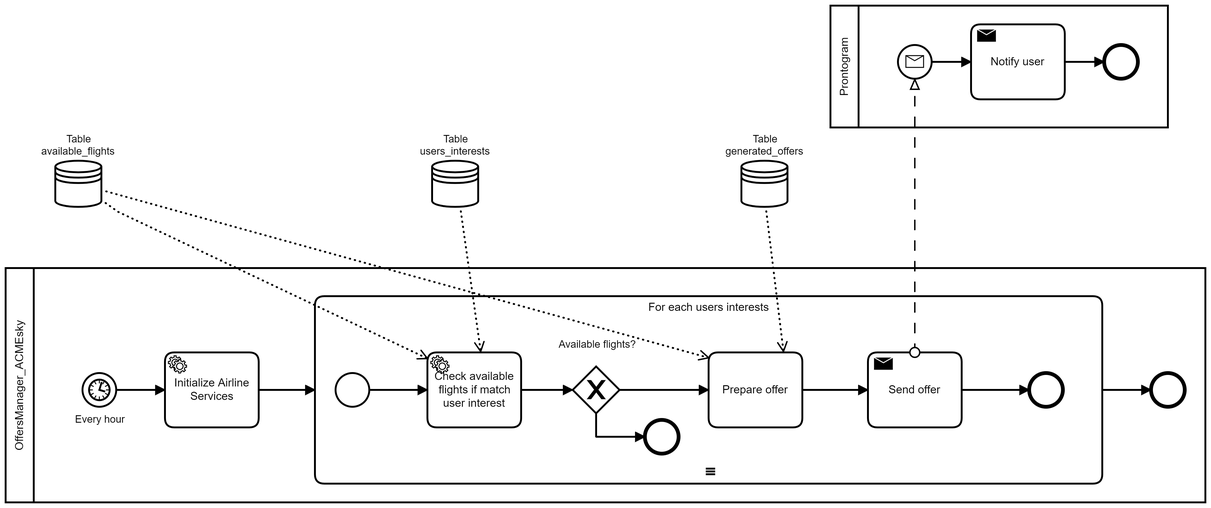
Vallasc/ACMEsky keeps this BPMN diagram as docs/bpmn/img/Flights-InterestMatching.png. Above is the earlier version. Its source is kept beside it as docs/bpmn/diagrams/Flights-InterestMatching.bpmn. Ids are renumbered.
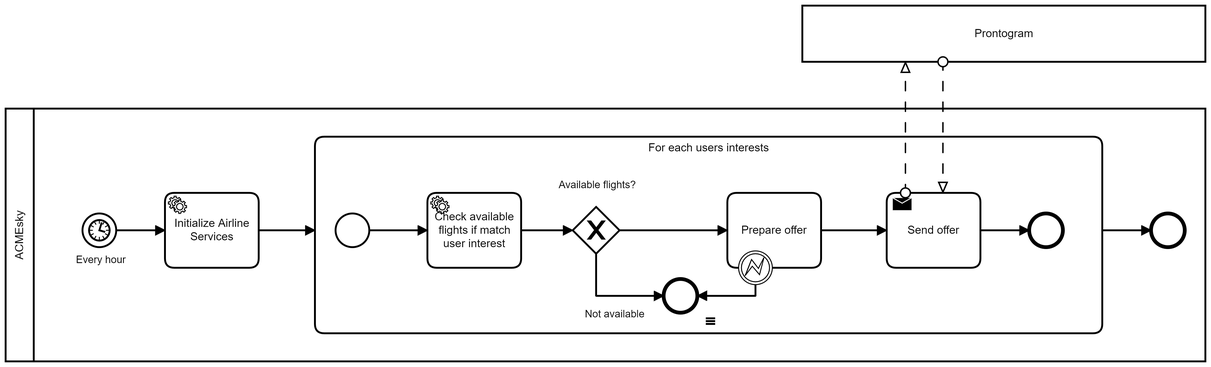
The same diagram one commit later.

The edit, as a diff of the source:
```diff
@@ -1,8 +1,9 @@
 <bpmn:definitions xmlns:bpmn="http://www.omg.org/spec/BPMN/20100524/MODEL" xmlns:bpmndi="http://www.omg.org/spec/BPMN/20100524/DI" xmlns:dc="http://www.omg.org/spec/DD/20100524/DC" xmlns:di="http://www.omg.org/spec/DD/20100524/DI" xmlns:camunda="http://camunda.org/schema/1.0/bpmn" xmlns:xsi="http://www.w3.org/2001/XMLSchema-instance" id="Definitions_n1" targetNamespace="http://bpmn.io/schema/bpmn" exporter="Camunda Modeler" exporterVersion="4.3.0">
   <bpmn:collaboration id="Collaboration_n2">
-    <bpmn:participant id="Participant_n3" name="OffersManager_ACMEsky" processRef="Process_n4" />
-    <bpmn:participant id="Participant_n5" name="Prontogram" processRef="Process_n6" />
-    <bpmn:messageFlow id="Flow_n7" sourceRef="Activity_n8" targetRef="Event_n9" />
+    <bpmn:participant id="Participant_n3" name="ACMEsky" processRef="Process_n4" />
+    <bpmn:participant id="Participant_n5" name="Prontogram" />
+    <bpmn:messageFlow id="Flow_n44" sourceRef="Activity_n8" targetRef="Participant_n5" />
+    <bpmn:messageFlow id="Flow_n45" sourceRef="Participant_n5" targetRef="Activity_n8" />
   </bpmn:collaboration>
   <bpmn:process id="Process_n4" isExecutable="true">
     <bpmn:serviceTask id="Activity_n10" name="Initialize Airline Services" camunda:delegateExpression="#{initializeFlightInterestServiceDelegate}">
@@ -16,8 +17,6 @@
     <bpmn:endEvent id="Event_n15">
       <bpmn:incoming>Flow_n16</bpmn:incoming>
     </bpmn:endEvent>
-    <bpmn:dataStoreReference id="DataStoreReference_n17" name="Table generated_offers" />
-    <bpmn:dataStoreReference id="DataStoreReference_n18" name="Table users_interests" />
     <bpmn:subProcess id="Activity_n19" name="For each users interests">
       <bpmn:incoming>Flow_n12</bpmn:incoming>
       <bpmn:outgoing>Flow_n16</bpmn:outgoing>
@@ -28,15 +27,6 @@
       <bpmn:serviceTask id="Activity_n22" name="Check available flights if match user interest">
         <bpmn:incoming>Flow_n21</bpmn:incoming>
         <bpmn:outgoing>Flow_n23</bpmn:outgoing>
-        <bpmn:property id="Property_n24" name="__targetRef_placeholder" />
-        <bpmn:dataInputAssociation id="DataInputAssociation_n25">
-          <bpmn:sourceRef>DataStoreReference_n26</bpmn:sourceRef>
-          <bpmn:targetRef>Property_n24</bpmn:targetRef>
-        </bpmn:dataInputAssociation>
-        <bpmn:dataInputAssociation id="DataInputAssociation_n27">
-          <bpmn:sourceRef>DataStoreReference_n18</bpmn:sourceRef>
-          <bpmn:targetRef>Property_n24</bpmn:targetRef>
-        </bpmn:dataInputAssociation>
       </bpmn:serviceTask>
       <bpmn:exclusiveGateway id="Gateway_n28" name="Available flights?">
         <bpmn:incoming>Flow_n23</bpmn:incoming>
@@ -45,6 +35,7 @@
       </bpmn:exclusiveGateway>
       <bpmn:endEvent id="Event_n31">
         <bpmn:incoming>Flow_n30</bpmn:incoming>
+        <bpmn:incoming>Flow_n46</bpmn:incoming>
       </bpmn:endEvent>
       <bpmn:sendTask id="Activity_n8" name="Send offer">
         <bpmn:incoming>Flow_n32</bpmn:incoming>
@@ -56,15 +47,6 @@
       <bpmn:task id="Activity_n35" name="Prepare offer">
         <bpmn:incoming>Flow_n29</bpmn:incoming>
         <bpmn:outgoing>Flow_n32</bpmn:outgoing>
-        <bpmn:property id="Property_n36" name="__targetRef_placeholder" />
-        <bpmn:dataInputAssociation id="DataInputAssociation_n37">
-          <bpmn:sourceRef>DataStoreReference_n17</bpmn:sourceRef>
-          <bpmn:targetRef>Property_n36</bpmn:targetRef>
-        </bpmn:dataInputAssociation>
-        <bpmn:dataInputAssociation id="DataInputAssociation_n38">
-          <bpmn:sourceRef>DataStoreReference_n26</bpmn:sourceRef>
-          <bpmn:targetRef>Property_n36</bpmn:targetRef>
-        </bpmn:dataInputAssociation>
       </bpmn:task>
       <bpmn:sequenceFlow id="Flow_n32" sourceRef="Activity_n35" targetRef="Activity_n8" />
       <bpmn:sequenceFlow id="Flow_n29" sourceRef="Gateway_n28" targetRef="Activity_n35">
@@ -72,170 +54,122 @@
       </bpmn:sequenceFlow>
       <bpmn:sequenceFlow id="Flow_n33" sourceRef="Activity_n8" targetRef="Event_n34" />
       <bpmn:sequenceFlow id="Flow_n21" sourceRef="Event_n20" targetRef="Activity_n22" />
-      <bpmn:sequenceFlow id="Flow_n30" sourceRef="Gateway_n28" targetRef="Event_n31">
+      <bpmn:sequenceFlow id="Flow_n30" name="Not available" sourceRef="Gateway_n28" targetRef="Event_n31">
         <bpmn:conditionExpression xsi:type="bpmn:tFormalExpression">#{volitrovati.size() == 0}</bpmn:conditionExpression>
       </bpmn:sequenceFlow>
       <bpmn:sequenceFlow id="Flow_n23" sourceRef="Activity_n22" targetRef="Gateway_n28" />
+      <bpmn:boundaryEvent id="Event_n47" attachedToRef="Activity_n35">
+        <bpmn:outgoing>Flow_n46</bpmn:outgoing>
+        <bpmn:errorEventDefinition id="ErrorEventDefinition_n48" />
+      </bpmn:boundaryEvent>
+      <bpmn:sequenceFlow id="Flow_n46" sourceRef="Event_n47" targetRef="Event_n31" />
     </bpmn:subProcess>
+    <bpmn:sequenceFlow id="Flow_n11" sourceRef="Event_n13" targetRef="Activity_n10" />
+    <bpmn:sequenceFlow id="Flow_n12" sourceRef="Activity_n10" targetRef="Activity_n19" />
     <bpmn:sequenceFlow id="Flow_n16" sourceRef="Activity_n19" targetRef="Event_n15" />
-    <bpmn:sequenceFlow id="Flow_n12" sourceRef="Activity_n10" targetRef="Activity_n19" />
-    <bpmn:sequenceFlow id="Flow_n11" sourceRef="Event_n13" targetRef="Activity_n10" />
-    <bpmn:dataStoreReference id="DataStoreReference_n26" name="Table available_flights" />
-  </bpmn:process>
-  <bpmn:process id="Process_n6" isExecutable="false">
-    <bpmn:startEvent id="Event_n9">
-      <bpmn:outgoing>Flow_n39</bpmn:outgoing>
-      <bpmn:messageEventDefinition id="MessageEventDefinition_n40" />
-    </bpmn:startEvent>
-    <bpmn:endEvent id="Event_n41">
-      <bpmn:incoming>Flow_n42</bpmn:incoming>
-    </bpmn:endEvent>
-    <bpmn:sendTask id="Activity_n43" name="Notify user">
-      <bpmn:incoming>Flow_n39</bpmn:incoming>
-      <bpmn:outgoing>Flow_n42</bpmn:outgoing>
-    </bpmn:sendTask>
-    <bpmn:sequenceFlow id="Flow_n39" sourceRef="Event_n9" targetRef="Activity_n43" />
-    <bpmn:sequenceFlow id="Flow_n42" sourceRef="Activity_n43" targetRef="Event_n41" />
   </bpmn:process>
   <bpmndi:BPMNDiagram id="BPMNDiagram_1">
     <bpmndi:BPMNPlane id="BPMNPlane_1" bpmnElement="Collaboration_n2">
       <bpmndi:BPMNShape id="Participant_n3_di" bpmnElement="Participant_n3" isHorizontal="true">
-        <dc:Bounds x="160" y="390" width="1280" height="250" />
+        <dc:Bounds x="160" y="190" width="1280" height="270" />
       </bpmndi:BPMNShape>
       <bpmndi:BPMNEdge id="Flow_n11_di" bpmnElement="Flow_n11">
-        <di:waypoint x="278" y="520" />
-        <di:waypoint x="330" y="520" />
+        <di:waypoint x="278" y="320" />
+        <di:waypoint x="330" y="320" />
       </bpmndi:BPMNEdge>
       <bpmndi:BPMNEdge id="Flow_n12_di" bpmnElement="Flow_n12">
-        <di:waypoint x="430" y="520" />
-        <di:waypoint x="490" y="520" />
+        <di:waypoint x="430" y="320" />
+        <di:waypoint x="490" y="320" />
       </bpmndi:BPMNEdge>
       <bpmndi:BPMNEdge id="Flow_n16_di" bpmnElement="Flow_n16">
-        <di:waypoint x="1330" y="520" />
-        <di:waypoint x="1382" y="520" />
+        <di:waypoint x="1330" y="320" />
+        <di:waypoint x="1382" y="320" />
       </bpmndi:BPMNEdge>
       <bpmndi:BPMNShape id="Activity_n10_di" bpmnElement="Activity_n10">
-        <dc:Bounds x="330" y="480" width="100" height="80" />
+        <dc:Bounds x="330" y="280" width="100" height="80" />
       </bpmndi:BPMNShape>
       <bpmndi:BPMNShape id="Event_n13_di" bpmnElement="Event_n13">
-        <dc:Bounds x="242" y="502" width="36" height="36" />
+        <dc:Bounds x="242" y="302" width="36" height="36" />
         <bpmndi:BPMNLabel>
-          <dc:Bounds x="234" y="545" width="55" height="14" />
+          <dc:Bounds x="235" y="345" width="54" height="14" />
         </bpmndi:BPMNLabel>
       </bpmndi:BPMNShape>
       <bpmndi:BPMNShape id="Event_n15_di" bpmnElement="Event_n15">
-        <dc:Bounds x="1382" y="502" width="36" height="36" />
+        <dc:Bounds x="1382" y="302" width="36" height="36" />
       </bpmndi:BPMNShape>
       <bpmndi:BPMNShape id="Activity_n19_di" bpmnElement="Activity_n19" isExpanded="true">
-        <dc:Bounds x="490" y="420" width="840" height="200" />
+        <dc:Bounds x="490" y="220" width="840" height="210" />
       </bpmndi:BPMNShape>
       <bpmndi:BPMNEdge id="Flow_n23_di" bpmnElement="Flow_n23">
-        <di:waypoint x="710" y="520" />
-        <di:waypoint x="765" y="520" />
+        <di:waypoint x="710" y="320" />
+        <di:waypoint x="765" y="320" />
       </bpmndi:BPMNEdge>
       <bpmndi:BPMNEdge id="Flow_n30_di" bpmnElement="Flow_n30">
-        <di:waypoint x="790" y="545" />
-        <di:waypoint x="790" y="570" />
-        <di:waypoint x="842" y="570" />
+        <di:waypoint x="790" y="345" />
+        <di:waypoint x="790" y="390" />
+        <di:waypoint x="862" y="390" />
+        <bpmndi:BPMNLabel>
+          <dc:Bounds x="778" y="403" width="64" height="14" />
+        </bpmndi:BPMNLabel>
       </bpmndi:BPMNEdge>
       <bpmndi:BPMNEdge id="Flow_n21_di" bpmnElement="Flow_n21">
-        <di:waypoint x="548" y="520" />
-        <di:waypoint x="610" y="520" />
+        <di:waypoint x="548" y="320" />
+        <di:waypoint x="610" y="320" />
       </bpmndi:BPMNEdge>
       <bpmndi:BPMNEdge id="Flow_n33_di" bpmnElement="Flow_n33">
-        <di:waypoint x="1180" y="520" />
-        <di:waypoint x="1252" y="520" />
+        <di:waypoint x="1200" y="320" />
+        <di:waypoint x="1252" y="320" />
       </bpmndi:BPMNEdge>
       <bpmndi:BPMNEdge id="Flow_n29_di" bpmnElement="Flow_n29">
-        <di:waypoint x="815" y="520" />
-        <di:waypoint x="910" y="520" />
+        <di:waypoint x="815" y="320" />
+        <di:waypoint x="930" y="320" />
+      </bpmndi:BPMNEdge>
+      <bpmndi:BPMNEdge id="Flow_n46_di" bpmnElement="Flow_n46">
+        <di:waypoint x="960" y="378" />
+        <di:waypoint x="960" y="390" />
+        <di:waypoint x="898" y="390" />
       </bpmndi:BPMNEdge>
       <bpmndi:BPMNEdge id="Flow_n32_di" bpmnElement="Flow_n32">
-        <di:waypoint x="1010" y="520" />
-        <di:waypoint x="1080" y="520" />
+        <di:waypoint x="1030" y="320" />
+        <di:waypoint x="1100" y="320" />
       </bpmndi:BPMNEdge>
       <bpmndi:BPMNShape id="Event_n20_di" bpmnElement="Event_n20">
-        <dc:Bounds x="512" y="502" width="36" height="36" />
+        <dc:Bounds x="512" y="302" width="36" height="36" />
       </bpmndi:BPMNShape>
       <bpmndi:BPMNShape id="Activity_n22_di" bpmnElement="Activity_n22">
-        <dc:Bounds x="610" y="480" width="100" height="80" />
+        <dc:Bounds x="610" y="280" width="100" height="80" />
       </bpmndi:BPMNShape>
       <bpmndi:BPMNShape id="Gateway_n28_di" bpmnElement="Gateway_n28" isMarkerVisible="true">
-        <dc:Bounds x="765" y="495" width="50" height="50" />
+        <dc:Bounds x="765" y="295" width="50" height="50" />
         <bpmndi:BPMNLabel>
-          <dc:Bounds x="750" y="465" width="82" height="14" />
+          <dc:Bounds x="750" y="265" width="82" height="14" />
         </bpmndi:BPMNLabel>
       </bpmndi:BPMNShape>
-      <bpmndi:BPMNShape id="Event_n31_di" bpmnElement="Event_n31">
-        <dc:Bounds x="842" y="552" width="36" height="36" />
+      <bpmndi:BPMNShape id="Activity_n8_di" bpmnElement="Activity_n8">
+        <dc:Bounds x="1100" y="280" width="100" height="80" />
       </bpmndi:BPMNShape>
-      <bpmndi:BPMNShape id="Activity_n8_di" bpmnElement="Activity_n8">
-        <dc:Bounds x="1080" y="480" width="100" height="80" />
+      <bpmndi:BPMNShape id="Activity_n35_di" bpmnElement="Activity_n35">
+        <dc:Bounds x="930" y="280" width="100" height="80" />
       </bpmndi:BPMNShape>
       <bpmndi:BPMNShape id="Event_n34_di" bpmnElement="Event_n34">
-        <dc:Bounds x="1252" y="502" width="36" height="36" />
+        <dc:Bounds x="1252" y="302" width="36" height="36" />
       </bpmndi:BPMNShape>
-      <bpmndi:BPMNShape id="Activity_n35_di" bpmnElement="Activity_n35">
-        <dc:Bounds x="910" y="480" width="100" height="80" />
+      <bpmndi:BPMNShape id="Event_n31_di" bpmnElement="Event_n31">
+        <dc:Bounds x="862" y="372" width="36" height="36" />
       </bpmndi:BPMNShape>
-      <bpmndi:BPMNShape id="Participant_n5_di" bpmnElement="Participant_n5" isHorizontal="true">
-        <dc:Bounds x="1040" y="110" width="360" height="130" />
+      <bpmndi:BPMNShape id="Event_0i9rq6f_di" bpmnElement="Event_n47">
+        <dc:Bounds x="942" y="342" width="36" height="36" />
       </bpmndi:BPMNShape>
-      <bpmndi:BPMNEdge id="Flow_n42_di" bpmnElement="Flow_n42">
-        <di:waypoint x="1290" y="170" />
-        <di:waypoint x="1332" y="170" />
+      <bpmndi:BPMNShape id="Participant_09ittk2_di" bpmnElement="Participant_n5" isHorizontal="true">
+        <dc:Bounds x="1010" y="80" width="430" height="60" />
+      </bpmndi:BPMNShape>
+      <bpmndi:BPMNEdge id="Flow_n45_di" bpmnElement="Flow_n45">
+        <di:waypoint x="1160" y="140" />
+        <di:waypoint x="1160" y="280" />
       </bpmndi:BPMNEdge>
-      <bpmndi:BPMNEdge id="Flow_n39_di" bpmnElement="Flow_n39">
-        <di:waypoint x="1148" y="170" />
-        <di:waypoint x="1190" y="170" />
-      </bpmndi:BPMNEdge>
-      <bpmndi:BPMNShape id="Event_n9_di" bpmnElement="Event_n9">
-        <dc:Bounds x="1112" y="152" width="36" height="36" />
-      </bpmndi:BPMNShape>
-      <bpmndi:BPMNShape id="Event_n41_di" bpmnElement="Event_n41">
-        <dc:Bounds x="1332" y="152" width="36" height="36" />
-      </bpmndi:BPMNShape>
-      <bpmndi:BPMNShape id="Activity_n43_di" bpmnElement="Activity_n43">
-        <dc:Bounds x="1190" y="130" width="100" height="80" />
-      </bpmndi:BPMNShape>
-      <bpmndi:BPMNShape id="DataStoreReference_n26_di" bpmnElement="DataStoreReference_n26">
-        <dc:Bounds x="213" y="275" width="50" height="50" />
-        <bpmndi:BPMNLabel>
-          <dc:Bounds x="198" y="246" width="79" height="27" />
-        </bpmndi:BPMNLabel>
-      </bpmndi:BPMNShape>
-      <bpmndi:BPMNShape id="DataStoreReference_n18_di" bpmnElement="DataStoreReference_n18">
-        <dc:Bounds x="615" y="275" width="50" height="50" />
-        <bpmndi:BPMNLabel>
-          <dc:Bounds x="602" y="246" width="76" height="27" />
-        </bpmndi:BPMNLabel>
-      </bpmndi:BPMNShape>
-      <bpmndi:BPMNShape id="DataStoreReference_n17_di" bpmnElement="DataStoreReference_n17">
-        <dc:Bounds x="945" y="275" width="50" height="50" />
-        <bpmndi:BPMNLabel>
-          <dc:Bounds x="928" y="246" width="84" height="27" />
-        </bpmndi:BPMNLabel>
-      </bpmndi:BPMNShape>
-      <bpmndi:BPMNEdge id="DataInputAssociation_n25_di" bpmnElement="DataInputAssociation_n25">
-        <di:waypoint x="263" y="318" />
-        <di:waypoint x="280" y="330" />
-        <di:waypoint x="611" y="487" />
-      </bpmndi:BPMNEdge>
-      <bpmndi:BPMNEdge id="DataInputAssociation_n27_di" bpmnElement="DataInputAssociation_n27">
-        <di:waypoint x="645" y="325" />
-        <di:waypoint x="667" y="480" />
-      </bpmndi:BPMNEdge>
-      <bpmndi:BPMNEdge id="DataInputAssociation_n37_di" bpmnElement="DataInputAssociation_n37">
-        <di:waypoint x="971" y="325" />
-        <di:waypoint x="990" y="480" />
-      </bpmndi:BPMNEdge>
-      <bpmndi:BPMNEdge id="Flow_n7_di" bpmnElement="Flow_n7">
-        <di:waypoint x="1130" y="480" />
-        <di:waypoint x="1130" y="188" />
-      </bpmndi:BPMNEdge>
-      <bpmndi:BPMNEdge id="DataInputAssociation_n38_di" bpmnElement="DataInputAssociation_n38">
-        <di:waypoint x="263" y="307" />
-        <di:waypoint x="911" y="486" />
+      <bpmndi:BPMNEdge id="Flow_n44_di" bpmnElement="Flow_n44">
+        <di:waypoint x="1120" y="280" />
+        <di:waypoint x="1120" y="140" />
       </bpmndi:BPMNEdge>
     </bpmndi:BPMNPlane>
   </bpmndi:BPMNDiagram>
```
